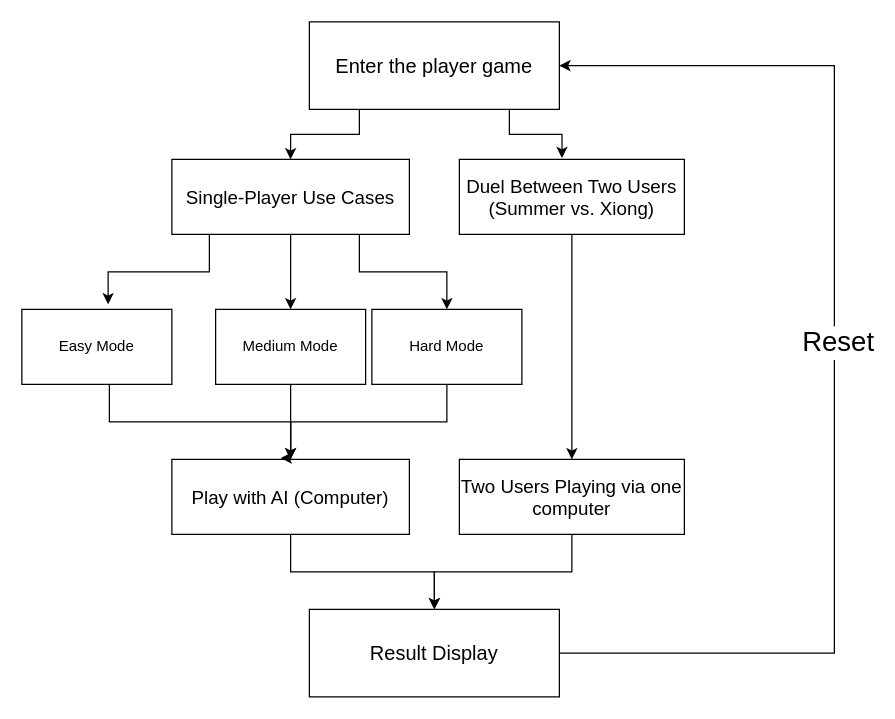
LuckySummmer/Homepage-Version1 keeps this draw.io diagram as 未命名绘图.drawio. Above is the earlier version. Source tidied: cells renumbered, new cells numbered last; positions are measured from the earlier drawing's top-left corner, leaving out a move shared by most shapes. Both pictures are drawn from the tidied source at 125%, with x=0, y=0 at pixel (21, 21).
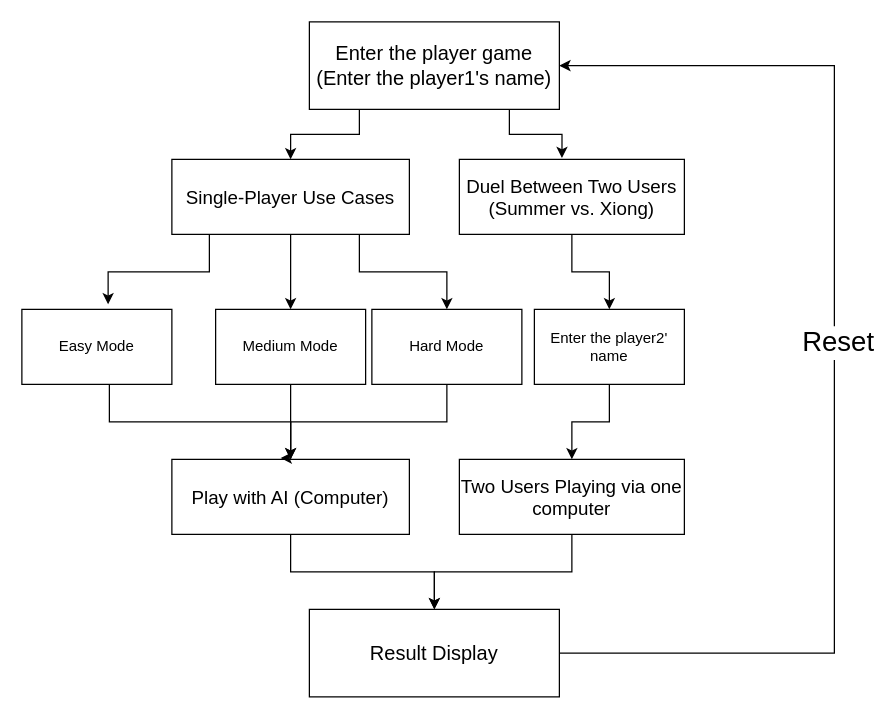
The same diagram, later.

Commit message:
更新未命名绘图.drawio

Unchanged cells that the change refers to:
```xml
<mxCell id="5" value="&lt;font style=&quot;font-size: 15px;&quot;&gt;Duel Between Two Users&lt;br&gt;(Summer vs. Xiong)&lt;/font&gt;" style="rounded=0;whiteSpace=wrap;html=1;" parent="1" vertex="1">
  <mxGeometry x="350" y="110" width="180" height="60" as="geometry" />
</mxCell>
<mxCell id="17" value="&lt;span style=&quot;font-size: 15px;&quot;&gt;Two Users Playing via one computer&lt;/span&gt;" style="rounded=0;whiteSpace=wrap;html=1;" parent="1" vertex="1">
  <mxGeometry x="350" y="350" width="180" height="60" as="geometry" />
</mxCell>
```

What changed in the source:
```diff
@@
-    <mxCell id="3" value="&lt;font style=&quot;font-size: 16px;&quot;&gt;Enter the player game&lt;/font&gt;" style="rounded=0;whiteSpace=wrap;html=1;" parent="1" vertex="1">
+    <mxCell id="3" value="&lt;font style=&quot;font-size: 16px;&quot;&gt;Enter the player game&lt;br&gt;(Enter the player1's name)&lt;br&gt;&lt;/font&gt;" style="rounded=0;whiteSpace=wrap;html=1;" parent="1" vertex="1">
       <mxGeometry x="230" width="200" height="70" as="geometry" />
     </mxCell>
-    <mxCell id="4" style="edgeStyle=orthogonalEdgeStyle;rounded=0;jettySize=auto;html=1;entryX=0.5;entryY=0;entryDx=0;entryDy=0;" parent="1" edge="1" source="5" target="17">
-      <mxGeometry relative="1" as="geometry" />
-    </mxCell>
+    <mxCell id="24" style="edgeStyle=orthogonalEdgeStyle;rounded=0;jettySize=auto;html=1;" parent="1" edge="1" source="5" target="26">
+      <mxGeometry relative="1" as="geometry" />
+    </mxCell>
@@
+    <mxCell id="25" style="edgeStyle=orthogonalEdgeStyle;rounded=0;jettySize=auto;html=1;entryX=0.5;entryY=0;entryDx=0;entryDy=0;" parent="1" edge="1" source="26" target="17">
+      <mxGeometry relative="1" as="geometry" />
+    </mxCell>
+    <mxCell id="26" value="Enter the player2' name" style="rounded=0;whiteSpace=wrap;html=1;" parent="1" vertex="1">
+      <mxGeometry x="410" y="230" width="120" height="60" as="geometry" />
+    </mxCell>
```
